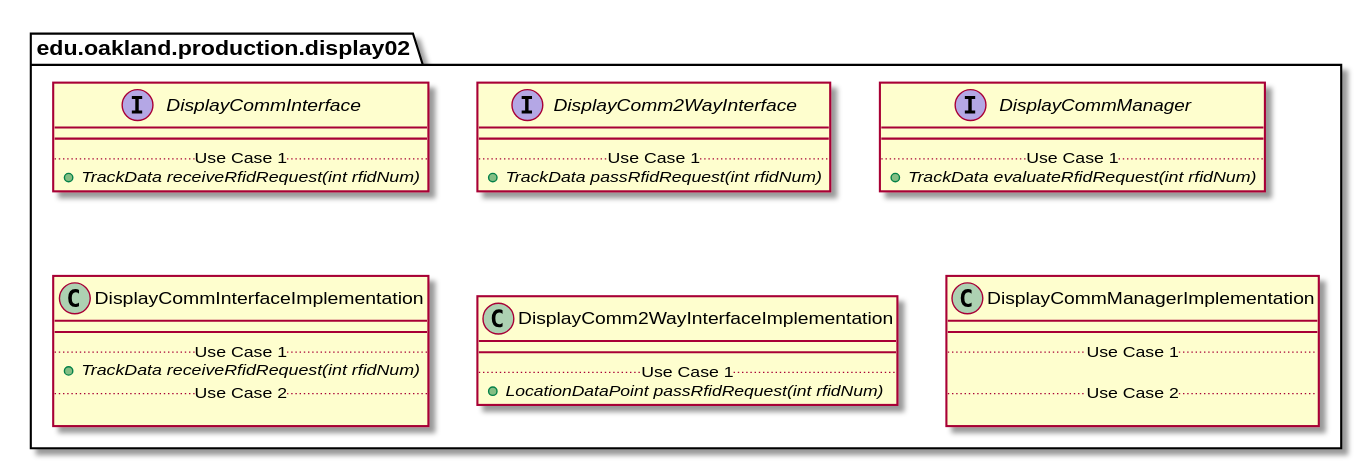
This is docs/uml-class-diagrams/display02/production/Display02ProductionPackage.svg from andrewdimmer/csi-3370-software-project, a PlantUML export, as it was before one commit.
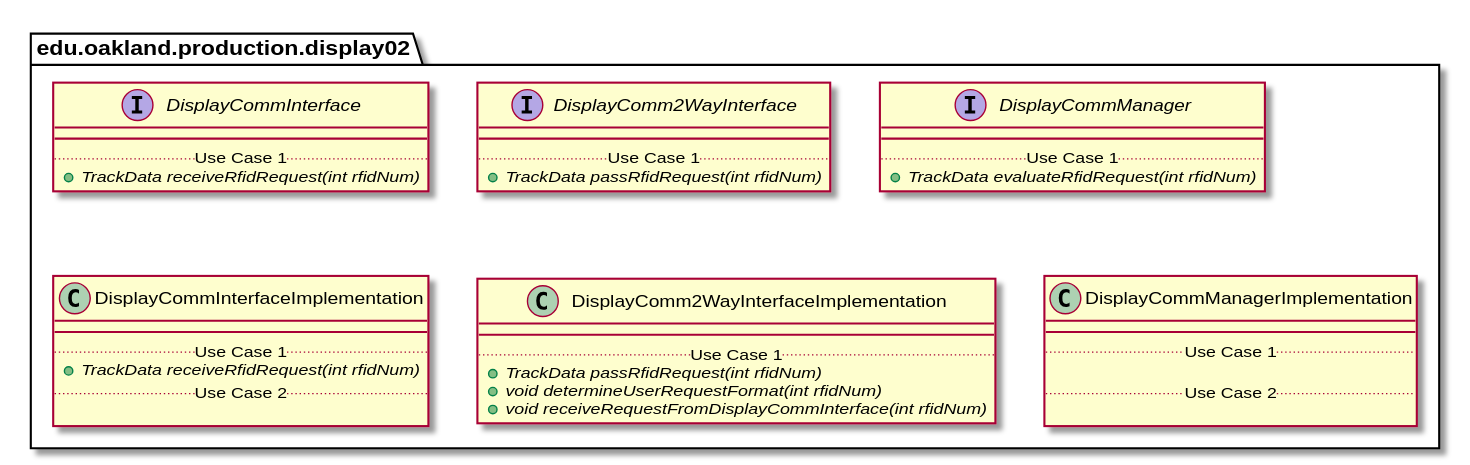
The same file after the commit.

What changed in the source:
```diff
@@ -47,7 +47,9 @@
     class DisplayComm2WayInterfaceImplementation {
         __
         .. Use Case 1 ..
-        {abstract} + LocationDataPoint passRfidRequest(int rfidNum)
+        {abstract} + TrackData passRfidRequest(int rfidNum)
+        {abstract} + void determineUserRequestFormat(int rfidNum)
+        {abstract} + void receiveRequestFromDisplayCommInterface(int rfidNum)
     }
 }
 
```
